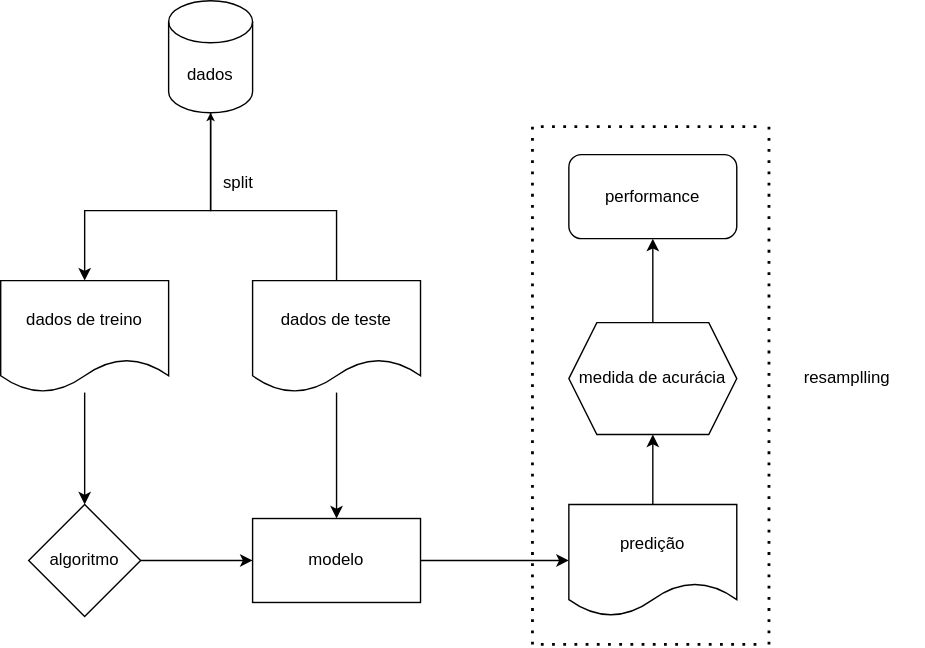
This is content/post/2020-11-29-introducao-ao-mlr3-framework/img/basics.svg from albersonmiranda/blog, a draw.io export, as it was before one commit. Source tidied: cells renumbered, new cells last; positions are measured from the earlier drawing's top-left corner, leaving out a move shared by most shapes.
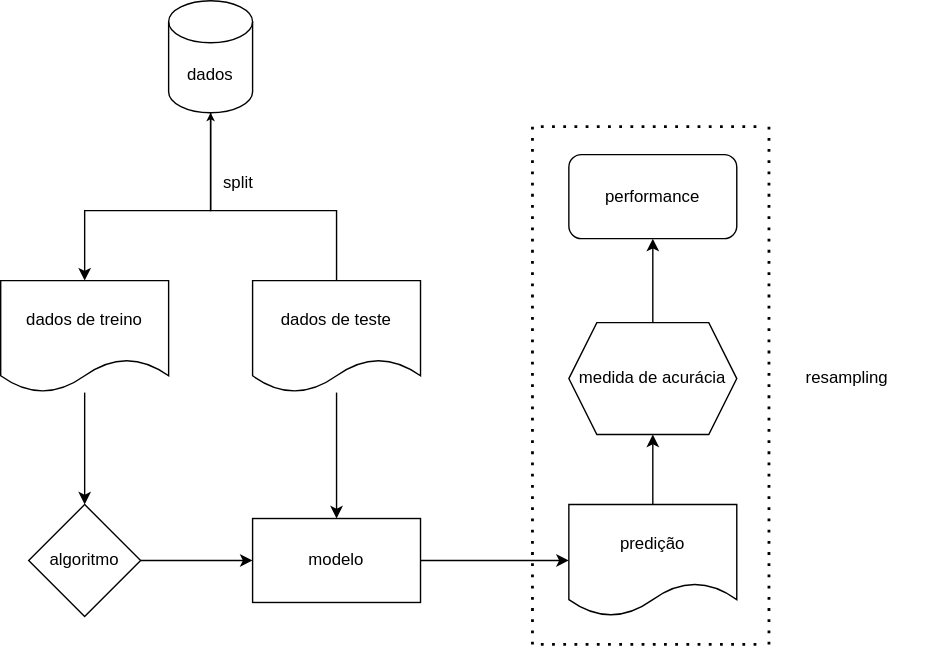
After the change.

Commit message:
Add scroll to code chunks & fix type resampling diagram

Change to the diagram source:
```diff
@@ -87,7 +87,7 @@
         <mxPoint x="380" y="90" as="targetPoint" />
       </mxGeometry>
     </mxCell>
-    <mxCell id="23" value="resamplling" style="text;html=1;strokeColor=none;fillColor=none;align=center;verticalAlign=middle;whiteSpace=wrap;rounded=0;" parent="1" vertex="1">
+    <mxCell id="23" value="resampling" style="text;html=1;strokeColor=none;fillColor=none;align=center;verticalAlign=middle;whiteSpace=wrap;rounded=0;" parent="1" vertex="1">
       <mxGeometry x="550" y="250" width="110" height="40" as="geometry" />
     </mxCell>
   </root>
```
